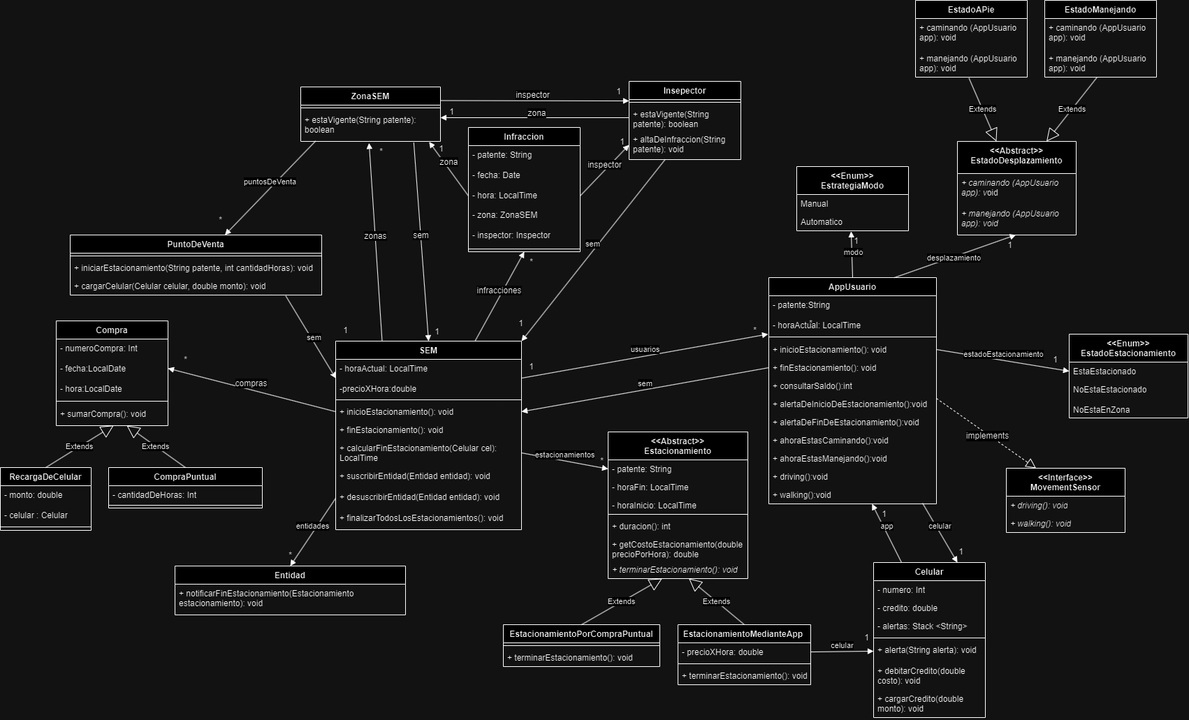
Earlier version of the draw.io export OBJ2-2024.drawio.png (MateoGiuffra/po2-TpFinal2024). Source tidied: cells renumbered, new cells last; positions are measured from the earlier drawing's top-left corner, leaving out a move shared by most shapes.
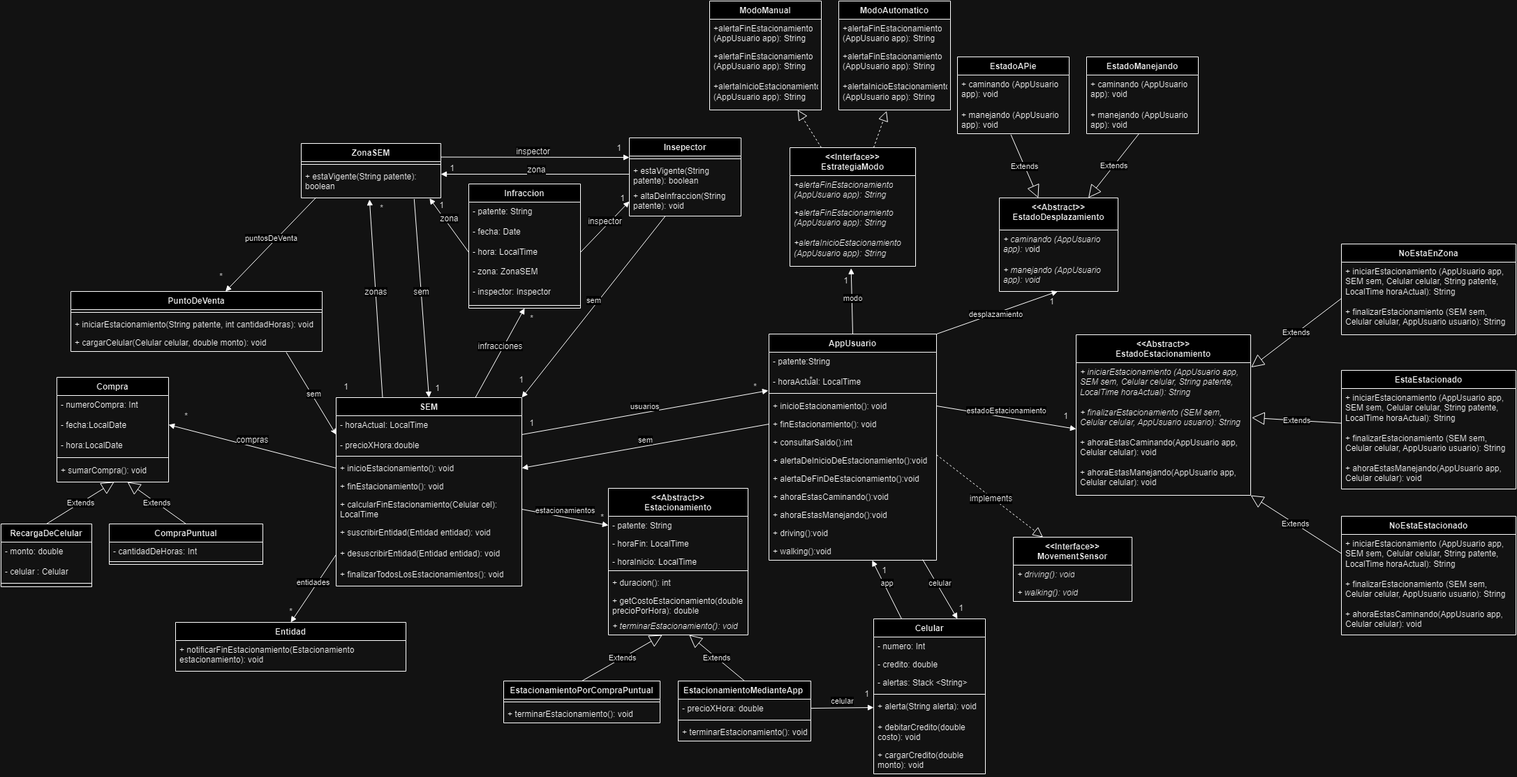
The same file after the commit.

The edit, as a diff of the source:
```diff
@@ -5,7 +5,7 @@
     <mxCell id="2" value="SEM" style="swimlane;fontStyle=1;align=center;verticalAlign=top;horizontal=1;startSize=26;whiteSpace=wrap;html=1;" parent="1" vertex="1">
       <mxGeometry x="480" y="488" width="266" height="270" as="geometry" />
     </mxCell>
-    <mxCell id="3" value="&lt;div&gt;&lt;div&gt;- horaActual: LocalTime&lt;/div&gt;&lt;/div&gt;&lt;div&gt;&lt;br&gt;&lt;/div&gt;&lt;div&gt;-precioXHora:double&lt;/div&gt;" style="text;strokeColor=none;fillColor=none;align=left;verticalAlign=top;spacingLeft=4;spacingRight=4;overflow=hidden;points=[[0,0.5],[1,0.5]];portConstraint=eastwest;whiteSpace=wrap;html=1;" parent="2" vertex="1">
+    <mxCell id="3" value="&lt;div&gt;&lt;div&gt;- horaActual: LocalTime&lt;/div&gt;&lt;/div&gt;&lt;div&gt;&lt;br&gt;&lt;/div&gt;&lt;div&gt;- precioXHora:double&lt;/div&gt;" style="text;strokeColor=none;fillColor=none;align=left;verticalAlign=top;spacingLeft=4;spacingRight=4;overflow=hidden;points=[[0,0.5],[1,0.5]];portConstraint=eastwest;whiteSpace=wrap;html=1;" parent="2" vertex="1">
       <mxGeometry y="26" width="266" height="54" as="geometry" />
     </mxCell>
     <mxCell id="4" style="line;strokeWidth=1;fillColor=none;align=left;verticalAlign=middle;spacingTop=-1;spacingLeft=3;spacingRight=3;labelPosition=right;strokeColor=inherit;" parent="2" vertex="1">
@@ -146,15 +146,12 @@
     <mxCell id="49" value="celular" style="html=1;verticalAlign=bottom;endArrow=block;curved=0;rounded=0;exitX=0.917;exitY=0.962;exitDx=0;exitDy=0;entryX=0.75;entryY=0;entryDx=0;entryDy=0;exitPerimeter=0;" parent="1" edge="1" source="39" target="41">
       <mxGeometry relative="1" as="geometry" />
     </mxCell>
-    <mxCell id="50" value="&lt;div&gt;&amp;lt;&amp;lt;Enum&amp;gt;&amp;gt;&lt;/div&gt;EstadoEstacionamiento" style="swimlane;fontStyle=1;align=center;verticalAlign=top;horizontal=1;startSize=40;whiteSpace=wrap;html=1;" parent="1" vertex="1">
-      <mxGeometry x="1530" y="478" width="170" height="120" as="geometry" />
+    <mxCell id="50" value="&lt;div&gt;&amp;lt;&amp;lt;Abstract&amp;gt;&amp;gt;&lt;/div&gt;EstadoEstacionamiento" style="swimlane;fontStyle=1;align=center;verticalAlign=top;horizontal=1;startSize=40;whiteSpace=wrap;html=1;" parent="1" vertex="1">
+      <mxGeometry x="1540" y="398" width="250" height="230" as="geometry" />
     </mxCell>
-    <mxCell id="51" value="EstaEstacionado" style="text;strokeColor=none;fillColor=none;align=left;verticalAlign=top;spacingLeft=4;spacingRight=4;overflow=hidden;points=[[0,0.5],[1,0.5]];portConstraint=eastwest;whiteSpace=wrap;html=1;" parent="50" vertex="1">
-      <mxGeometry y="40" width="170" height="26" as="geometry" />
+    <mxCell id="51" value="&lt;i&gt;+ iniciarEstacionamiento&amp;nbsp;&lt;span style=&quot;background-color: initial;&quot;&gt;(AppUsuario&amp;nbsp;&lt;/span&gt;&lt;span style=&quot;background-color: initial;&quot;&gt;app, SEM sem, Celular celular, String patente, LocalTime horaActual): String&lt;/span&gt;&lt;/i&gt;&lt;div&gt;&lt;div&gt;&lt;i&gt;&lt;br&gt;&lt;/i&gt;&lt;/div&gt;&lt;div&gt;&lt;i&gt;+ finalizarEstacionamiento&amp;nbsp;&lt;span style=&quot;background-color: initial;&quot;&gt;(SEM sem, Celular celular, AppUsuario usuario): String&lt;/span&gt;&lt;/i&gt;&lt;/div&gt;&lt;/div&gt;&lt;div&gt;&lt;i&gt;&lt;span style=&quot;background-color: initial;&quot;&gt;&lt;br&gt;&lt;/span&gt;&lt;/i&gt;&lt;/div&gt;&lt;div&gt;&lt;span style=&quot;background-color: initial;&quot;&gt;&lt;div style=&quot;&quot;&gt;+ ahoraEstasCaminando(AppUsuario app, Celular celular): void&lt;/div&gt;&lt;div style=&quot;&quot;&gt;&lt;br&gt;&lt;/div&gt;&lt;div style=&quot;&quot;&gt;+ ahoraEstasManejando(AppUsuario app, Celular celular): void&lt;/div&gt;&lt;/span&gt;&lt;/div&gt;" style="text;strokeColor=none;fillColor=none;align=left;verticalAlign=top;spacingLeft=4;spacingRight=4;overflow=hidden;points=[[0,0.5],[1,0.5]];portConstraint=eastwest;whiteSpace=wrap;html=1;" parent="50" vertex="1">
+      <mxGeometry y="40" width="250" height="190" as="geometry" />
     </mxCell>
-    <mxCell id="52" value="NoEstaEstacionado&lt;div&gt;&lt;br&gt;&lt;/div&gt;&lt;div&gt;NoEstaEnZona&lt;/div&gt;" style="text;strokeColor=none;fillColor=none;align=left;verticalAlign=top;spacingLeft=4;spacingRight=4;overflow=hidden;whiteSpace=wrap;html=1;" parent="50" vertex="1">
-      <mxGeometry y="66" width="170" height="54" as="geometry" />
-    </mxCell>
     <mxCell id="53" value="estadoEstacionamiento" style="html=1;verticalAlign=bottom;endArrow=block;curved=0;rounded=0;entryX=0;entryY=0.5;entryDx=0;entryDy=0;exitX=1;exitY=0.5;exitDx=0;exitDy=0;" parent="1" edge="1" source="31" target="51">
       <mxGeometry relative="1" as="geometry" />
     </mxCell>
@@ -183,7 +180,7 @@
       <mxGeometry relative="1" as="geometry" />
     </mxCell>
     <mxCell id="62" value="&lt;div&gt;&amp;lt;&amp;lt;Abstract&amp;gt;&amp;gt;&lt;/div&gt;EstadoDesplazamiento" style="swimlane;fontStyle=1;align=center;verticalAlign=top;horizontal=1;startSize=46;whiteSpace=wrap;html=1;" parent="1" vertex="1">
-      <mxGeometry x="1370" y="202" width="170" height="134" as="geometry" />
+      <mxGeometry x="1430" y="202" width="170" height="134" as="geometry" />
     </mxCell>
     <mxCell id="63" value="&lt;i&gt;+ caminando (AppUsuario app): v&lt;/i&gt;oid" style="text;strokeColor=none;fillColor=none;align=left;verticalAlign=top;spacingLeft=4;spacingRight=4;overflow=hidden;whiteSpace=wrap;html=1;" parent="62" vertex="1">
       <mxGeometry y="46" width="170" height="44" as="geometry" />
@@ -191,14 +188,16 @@
     <mxCell id="64" value="&lt;i&gt;+ manejando (AppUsuario app): void&lt;/i&gt;" style="text;strokeColor=none;fillColor=none;align=left;verticalAlign=top;spacingLeft=4;spacingRight=4;overflow=hidden;points=[[0,0.5],[1,0.5]];portConstraint=eastwest;whiteSpace=wrap;html=1;" parent="62" vertex="1">
       <mxGeometry y="90" width="170" height="44" as="geometry" />
     </mxCell>
-    <mxCell id="65" style="html=1;verticalAlign=bottom;endArrow=block;curved=0;rounded=0;exitX=0.75;exitY=0;exitDx=0;exitDy=0;entryX=0.492;entryY=0.997;entryDx=0;entryDy=0;entryPerimeter=0;" parent="1" edge="1" source="28" target="64">
-      <mxGeometry relative="1" as="geometry" />
+    <mxCell id="65" style="html=1;verticalAlign=bottom;endArrow=block;curved=0;rounded=0;exitX=0.75;exitY=0;exitDx=0;exitDy=0;entryX=0.492;entryY=0.997;entryDx=0;entryDy=0;entryPerimeter=0;" parent="1" edge="1" target="64">
+      <mxGeometry relative="1" as="geometry">
+        <mxPoint x="1340" y="397" as="sourcePoint" />
+      </mxGeometry>
     </mxCell>
     <mxCell id="66" value="desplazamiento" style="edgeLabel;html=1;align=center;verticalAlign=middle;" parent="65" vertex="1">
       <mxGeometry x="-0.03" y="-1" relative="1" as="geometry" />
     </mxCell>
     <mxCell id="67" value="EstadoAPie" style="swimlane;fontStyle=1;align=center;verticalAlign=top;horizontal=1;startSize=26;whiteSpace=wrap;html=1;" parent="1" vertex="1">
-      <mxGeometry x="1310" width="160" height="110" as="geometry" />
+      <mxGeometry x="1370" width="160" height="110" as="geometry" />
     </mxCell>
     <mxCell id="68" value="+ caminando (AppUsuario app): void" style="text;strokeColor=none;fillColor=none;align=left;verticalAlign=top;spacingLeft=4;spacingRight=4;overflow=hidden;whiteSpace=wrap;html=1;" parent="67" vertex="1">
       <mxGeometry y="26" width="160" height="44" as="geometry" />
@@ -212,14 +211,14 @@
     <mxCell id="71" value="Extends" style="endArrow=block;endSize=16;endFill=0;html=1;rounded=0;exitX=0.469;exitY=1;exitDx=0;exitDy=0;entryX=0.75;entryY=0;entryDx=0;entryDy=0;exitPerimeter=0;" parent="1" edge="1" source="117" target="62">
       <mxGeometry relative="1" as="geometry" />
     </mxCell>
-    <mxCell id="72" value="&lt;div&gt;&amp;lt;&amp;lt;Enum&amp;gt;&amp;gt;&lt;/div&gt;EstrategiaModo" style="swimlane;fontStyle=1;align=center;verticalAlign=top;horizontal=1;startSize=40;whiteSpace=wrap;html=1;" parent="1" vertex="1">
-      <mxGeometry x="1140" y="238" width="160" height="92" as="geometry" />
+    <mxCell id="72" value="&lt;div&gt;&amp;lt;&amp;lt;Interface&amp;gt;&amp;gt;&lt;/div&gt;EstrategiaModo" style="swimlane;fontStyle=1;align=center;verticalAlign=top;horizontal=1;startSize=40;whiteSpace=wrap;html=1;" parent="1" vertex="1">
+      <mxGeometry x="1130" y="130" width="180" height="170" as="geometry" />
     </mxCell>
-    <mxCell id="73" value="Manual" style="text;strokeColor=none;fillColor=none;align=left;verticalAlign=top;spacingLeft=4;spacingRight=4;overflow=hidden;whiteSpace=wrap;html=1;" parent="72" vertex="1">
-      <mxGeometry y="40" width="160" height="26" as="geometry" />
+    <mxCell id="73" value="&lt;i&gt;+alertaFinEstacionamiento&lt;/i&gt;&lt;div&gt;&lt;i&gt;(AppUsuario app): String&lt;/i&gt;&lt;/div&gt;" style="text;strokeColor=none;fillColor=none;align=left;verticalAlign=top;spacingLeft=4;spacingRight=4;overflow=hidden;whiteSpace=wrap;html=1;" parent="72" vertex="1">
+      <mxGeometry y="40" width="180" height="40" as="geometry" />
     </mxCell>
-    <mxCell id="74" value="Automatico" style="text;strokeColor=none;fillColor=none;align=left;verticalAlign=top;spacingLeft=4;spacingRight=4;overflow=hidden;points=[[0,0.5],[1,0.5]];portConstraint=eastwest;whiteSpace=wrap;html=1;" parent="72" vertex="1">
-      <mxGeometry y="66" width="160" height="26" as="geometry" />
+    <mxCell id="74" value="&lt;div&gt;&lt;i&gt;+alertaFinEstacionamiento&lt;/i&gt;&lt;/div&gt;&lt;div&gt;&lt;i&gt;(AppUsuario app): String&lt;/i&gt;&lt;/div&gt;&lt;div&gt;&lt;i&gt;&lt;br&gt;&lt;/i&gt;&lt;/div&gt;&lt;div&gt;&lt;i&gt;+alertaInicioEstacionamiento&lt;/i&gt;&lt;/div&gt;&lt;div&gt;&lt;i&gt;(AppUsuario app): String&lt;/i&gt;&lt;/div&gt;" style="text;strokeColor=none;fillColor=none;align=left;verticalAlign=top;spacingLeft=4;spacingRight=4;overflow=hidden;points=[[0,0.5],[1,0.5]];portConstraint=eastwest;whiteSpace=wrap;html=1;" parent="72" vertex="1">
+      <mxGeometry y="80" width="180" height="90" as="geometry" />
     </mxCell>
     <mxCell id="75" style="html=1;verticalAlign=bottom;endArrow=block;curved=0;rounded=0;exitX=0.5;exitY=0;exitDx=0;exitDy=0;entryX=0.487;entryY=1.031;entryDx=0;entryDy=0;entryPerimeter=0;" parent="1" edge="1" source="28" target="74">
       <mxGeometry relative="1" as="geometry" />
@@ -332,19 +331,19 @@
       <mxGeometry x="745" y="510" width="30" height="30" as="geometry" />
     </mxCell>
     <mxCell id="111" value="1" style="text;html=1;align=center;verticalAlign=middle;strokeColor=none;fillColor=none;" parent="1" vertex="1">
-      <mxGeometry x="1430" y="336" width="30" height="30" as="geometry" />
+      <mxGeometry x="1490" y="336" width="30" height="30" as="geometry" />
     </mxCell>
     <mxCell id="112" value="1" style="text;html=1;align=center;verticalAlign=middle;strokeColor=none;fillColor=none;" parent="1" vertex="1">
-      <mxGeometry x="1210" y="330" width="30" height="30" as="geometry" />
+      <mxGeometry x="1195" y="306" width="30" height="30" as="geometry" />
     </mxCell>
     <mxCell id="113" value="1" style="text;html=1;align=center;verticalAlign=middle;strokeColor=none;fillColor=none;" parent="1" vertex="1">
       <mxGeometry x="1360" y="775" width="30" height="30" as="geometry" />
     </mxCell>
     <mxCell id="114" value="1" style="text;html=1;align=center;verticalAlign=middle;strokeColor=none;fillColor=none;" parent="1" vertex="1">
-      <mxGeometry x="1495" y="500" width="30" height="30" as="geometry" />
+      <mxGeometry x="1510" y="500" width="30" height="30" as="geometry" />
     </mxCell>
     <mxCell id="115" value="EstadoManejando" style="swimlane;fontStyle=1;align=center;verticalAlign=top;horizontal=1;startSize=26;whiteSpace=wrap;html=1;" parent="1" vertex="1">
-      <mxGeometry x="1495" width="160" height="110" as="geometry" />
+      <mxGeometry x="1555" width="160" height="110" as="geometry" />
     </mxCell>
     <mxCell id="116" value="+ caminando (AppUsuario app): void" style="text;strokeColor=none;fillColor=none;align=left;verticalAlign=top;spacingLeft=4;spacingRight=4;overflow=hidden;whiteSpace=wrap;html=1;" parent="115" vertex="1">
       <mxGeometry y="26" width="160" height="44" as="geometry" />
@@ -406,7 +405,7 @@
       <mxGeometry x="631" y="145" width="30" height="30" as="geometry" />
     </mxCell>
     <mxCell id="135" value="&lt;div&gt;&lt;span style=&quot;background-color: initial;&quot;&gt;&amp;lt;&amp;lt;Interface&amp;gt;&amp;gt;&lt;/span&gt;&lt;/div&gt;&lt;div&gt;&lt;span style=&quot;background-color: initial;&quot;&gt;MovementSensor&lt;/span&gt;&lt;br&gt;&lt;/div&gt;" style="swimlane;fontStyle=1;align=center;verticalAlign=top;horizontal=1;startSize=40;whiteSpace=wrap;html=1;" parent="1" vertex="1">
-      <mxGeometry x="1440" y="670" width="170" height="92" as="geometry" />
+      <mxGeometry x="1450" y="688" width="170" height="92" as="geometry" />
     </mxCell>
     <mxCell id="136" value="&lt;i&gt;+ driving(): void&lt;/i&gt;" style="text;strokeColor=none;fillColor=none;align=left;verticalAlign=top;spacingLeft=4;spacingRight=4;overflow=hidden;whiteSpace=wrap;html=1;" parent="135" vertex="1">
       <mxGeometry y="40" width="170" height="26" as="geometry" />
@@ -439,5 +438,56 @@
     <mxCell id="144" value="1" style="text;html=1;align=center;verticalAlign=middle;strokeColor=none;fillColor=none;fontFamily=Helvetica;fontSize=12;fontColor=default;" parent="1" vertex="1">
       <mxGeometry x="616" y="198" width="30" height="30" as="geometry" />
     </mxCell>
+    <mxCell id="145" value="ModoManual" style="swimlane;fontStyle=1;align=center;verticalAlign=top;horizontal=1;startSize=26;whiteSpace=wrap;html=1;" parent="1" vertex="1">
+      <mxGeometry x="1015" y="-80" width="160" height="156" as="geometry" />
+    </mxCell>
+    <mxCell id="146" value="&lt;span&gt;+alertaFinEstacionamiento&lt;/span&gt;&lt;div&gt;&lt;span&gt;(AppUsuario app): String&lt;/span&gt;&lt;/div&gt;" style="text;strokeColor=none;fillColor=none;align=left;verticalAlign=top;spacingLeft=4;spacingRight=4;overflow=hidden;whiteSpace=wrap;html=1;fontStyle=0;" parent="145" vertex="1">
+      <mxGeometry y="26" width="160" height="40" as="geometry" />
+    </mxCell>
+    <mxCell id="147" value="&lt;div&gt;&lt;span&gt;+alertaFinEstacionamiento&lt;/span&gt;&lt;/div&gt;&lt;div&gt;&lt;span&gt;(AppUsuario app): String&lt;/span&gt;&lt;/div&gt;&lt;div&gt;&lt;span&gt;&lt;br&gt;&lt;/span&gt;&lt;/div&gt;&lt;div&gt;&lt;span&gt;+alertaInicioEstacionamiento&lt;/span&gt;&lt;/div&gt;&lt;div&gt;&lt;span&gt;(AppUsuario app): String&lt;/span&gt;&lt;/div&gt;" style="text;strokeColor=none;fillColor=none;align=left;verticalAlign=top;spacingLeft=4;spacingRight=4;overflow=hidden;points=[[0,0.5],[1,0.5]];portConstraint=eastwest;whiteSpace=wrap;html=1;fontStyle=0;" parent="145" vertex="1">
+      <mxGeometry y="66" width="160" height="90" as="geometry" />
+    </mxCell>
+    <mxCell id="148" value="ModoAutomatico" style="swimlane;fontStyle=1;align=center;verticalAlign=top;horizontal=1;startSize=26;whiteSpace=wrap;html=1;" parent="1" vertex="1">
+      <mxGeometry x="1200" y="-80" width="160" height="156" as="geometry" />
+    </mxCell>
+    <mxCell id="149" value="&lt;span&gt;+alertaFinEstacionamiento&lt;/span&gt;&lt;div&gt;&lt;span&gt;(AppUsuario app): String&lt;/span&gt;&lt;/div&gt;" style="text;strokeColor=none;fillColor=none;align=left;verticalAlign=top;spacingLeft=4;spacingRight=4;overflow=hidden;whiteSpace=wrap;html=1;fontStyle=0;" parent="148" vertex="1">
+      <mxGeometry y="26" width="160" height="40" as="geometry" />
+    </mxCell>
+    <mxCell id="150" value="&lt;div&gt;&lt;span&gt;+alertaFinEstacionamiento&lt;/span&gt;&lt;/div&gt;&lt;div&gt;&lt;span&gt;(AppUsuario app): String&lt;/span&gt;&lt;/div&gt;&lt;div&gt;&lt;span&gt;&lt;br&gt;&lt;/span&gt;&lt;/div&gt;&lt;div&gt;&lt;span&gt;+alertaInicioEstacionamiento&lt;/span&gt;&lt;/div&gt;&lt;div&gt;&lt;span&gt;(AppUsuario app): String&lt;/span&gt;&lt;/div&gt;" style="text;strokeColor=none;fillColor=none;align=left;verticalAlign=top;spacingLeft=4;spacingRight=4;overflow=hidden;points=[[0,0.5],[1,0.5]];portConstraint=eastwest;whiteSpace=wrap;html=1;fontStyle=0;" parent="148" vertex="1">
+      <mxGeometry y="66" width="160" height="90" as="geometry" />
+    </mxCell>
+    <mxCell id="151" style="endArrow=block;dashed=1;endFill=0;endSize=12;html=1;rounded=0;entryX=0.788;entryY=1;entryDx=0;entryDy=0;entryPerimeter=0;exitX=0.25;exitY=0;exitDx=0;exitDy=0;" parent="1" edge="1" source="72" target="147">
+      <mxGeometry relative="1" as="geometry" />
+    </mxCell>
+    <mxCell id="152" style="endArrow=block;dashed=1;endFill=0;endSize=12;html=1;rounded=0;entryX=0.428;entryY=1.017;entryDx=0;entryDy=0;entryPerimeter=0;" parent="1" edge="1" source="72" target="150">
+      <mxGeometry relative="1" as="geometry" />
+    </mxCell>
+    <mxCell id="153" value="NoEstaEnZona" style="swimlane;fontStyle=1;align=center;verticalAlign=top;horizontal=1;startSize=26;whiteSpace=wrap;html=1;" parent="1" vertex="1">
+      <mxGeometry x="1920" y="268" width="250" height="130" as="geometry" />
+    </mxCell>
+    <mxCell id="154" value="&lt;div&gt;+ iniciarEstacionamiento (AppUsuario app, SEM sem, Celular celular, String patente, LocalTime horaActual): String&lt;/div&gt;&lt;div&gt;&lt;br&gt;&lt;/div&gt;&lt;div&gt;+ finalizarEstacionamiento (SEM sem, Celular celular, AppUsuario usuario): String&lt;/div&gt;&lt;div&gt;&lt;br&gt;&lt;/div&gt;" style="text;strokeColor=none;fillColor=none;align=left;verticalAlign=top;spacingLeft=4;spacingRight=4;overflow=hidden;points=[[0,0.5],[1,0.5]];portConstraint=eastwest;whiteSpace=wrap;html=1;" parent="153" vertex="1">
+      <mxGeometry y="26" width="250" height="104" as="geometry" />
+    </mxCell>
+    <mxCell id="155" value="EstaEstacionado" style="swimlane;fontStyle=1;align=center;verticalAlign=top;horizontal=1;startSize=26;whiteSpace=wrap;html=1;" parent="1" vertex="1">
+      <mxGeometry x="1920" y="449" width="250" height="170" as="geometry" />
+    </mxCell>
+    <mxCell id="156" value="&lt;div&gt;+ iniciarEstacionamiento (AppUsuario app, SEM sem, Celular celular, String patente, LocalTime horaActual): String&lt;/div&gt;&lt;div&gt;&lt;br&gt;&lt;/div&gt;&lt;div&gt;+ finalizarEstacionamiento (SEM sem, Celular celular, AppUsuario usuario): String&lt;/div&gt;&lt;div&gt;&lt;br&gt;&lt;/div&gt;&lt;div&gt;+&lt;span style=&quot;background-color: initial;&quot;&gt;&amp;nbsp;ahoraEstasManejando(AppUsuario app, Celular celular): void&lt;/span&gt;&lt;/div&gt;&lt;div&gt;&lt;br&gt;&lt;/div&gt;" style="text;strokeColor=none;fillColor=none;align=left;verticalAlign=top;spacingLeft=4;spacingRight=4;overflow=hidden;points=[[0,0.5],[1,0.5]];portConstraint=eastwest;whiteSpace=wrap;html=1;" parent="155" vertex="1">
+      <mxGeometry y="26" width="250" height="144" as="geometry" />
+    </mxCell>
+    <mxCell id="157" value="NoEstaEstacionado" style="swimlane;fontStyle=1;align=center;verticalAlign=top;horizontal=1;startSize=26;whiteSpace=wrap;html=1;" parent="1" vertex="1">
+      <mxGeometry x="1920" y="658" width="250" height="170" as="geometry" />
+    </mxCell>
+    <mxCell id="158" value="&lt;div&gt;+ iniciarEstacionamiento (AppUsuario app, SEM sem, Celular celular, String patente, LocalTime horaActual): String&lt;/div&gt;&lt;div&gt;&lt;br&gt;&lt;/div&gt;&lt;div&gt;+ finalizarEstacionamiento (SEM sem, Celular celular, AppUsuario usuario): String&lt;/div&gt;&lt;div&gt;&lt;br&gt;&lt;/div&gt;&lt;div&gt;+ ahoraEstasCaminando(AppUsuario app, Celular celular): void&lt;br&gt;&lt;/div&gt;&lt;div&gt;&lt;br&gt;&lt;/div&gt;" style="text;strokeColor=none;fillColor=none;align=left;verticalAlign=top;spacingLeft=4;spacingRight=4;overflow=hidden;points=[[0,0.5],[1,0.5]];portConstraint=eastwest;whiteSpace=wrap;html=1;" parent="157" vertex="1">
+      <mxGeometry y="26" width="250" height="144" as="geometry" />
+    </mxCell>
+    <mxCell id="159" value="Extends" style="endArrow=block;endSize=16;endFill=0;html=1;rounded=0;exitX=0;exitY=0.5;exitDx=0;exitDy=0;entryX=1.003;entryY=0.035;entryDx=0;entryDy=0;entryPerimeter=0;" parent="1" edge="1" source="154" target="51">
+      <mxGeometry relative="1" as="geometry" />
+    </mxCell>
+    <mxCell id="160" value="Extends" style="endArrow=block;endSize=16;endFill=0;html=1;rounded=0;exitX=0.001;exitY=0.345;exitDx=0;exitDy=0;entryX=1.006;entryY=0.415;entryDx=0;entryDy=0;entryPerimeter=0;exitPerimeter=0;" parent="1" edge="1" source="156" target="51">
+      <mxGeometry relative="1" as="geometry" />
+    </mxCell>
+    <mxCell id="161" value="Extends" style="endArrow=block;endSize=16;endFill=0;html=1;rounded=0;exitX=-0.002;exitY=0.188;exitDx=0;exitDy=0;entryX=1;entryY=1;entryDx=0;entryDy=0;exitPerimeter=0;" parent="1" edge="1" source="158" target="50">
+      <mxGeometry relative="1" as="geometry" />
+    </mxCell>
   </root>
 </mxGraphModel>
```
